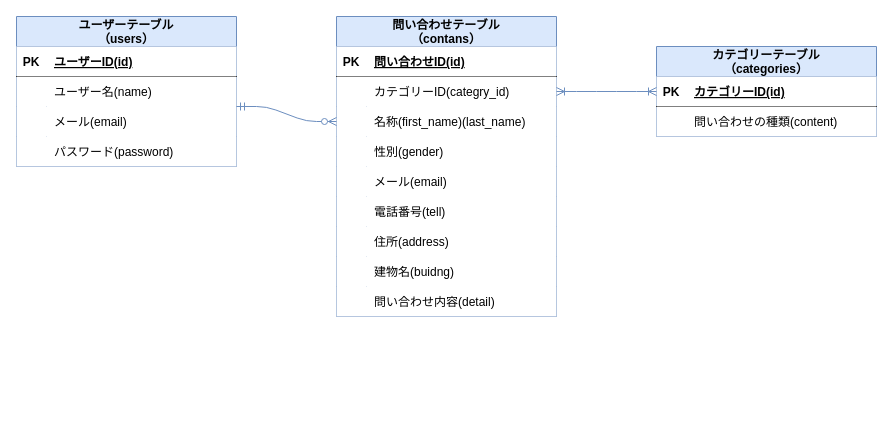
This is contact-form.drawio from risamatsumoto1104/contact-form1, a draw.io file, before an edit. Source tidied: cells renumbered, new cells numbered last; positions are measured from the earlier drawing's top-left corner, leaving out a move shared by most shapes. Both pictures are drawn from the tidied source at 100%, with x=0, y=0 at pixel (-3, 16).
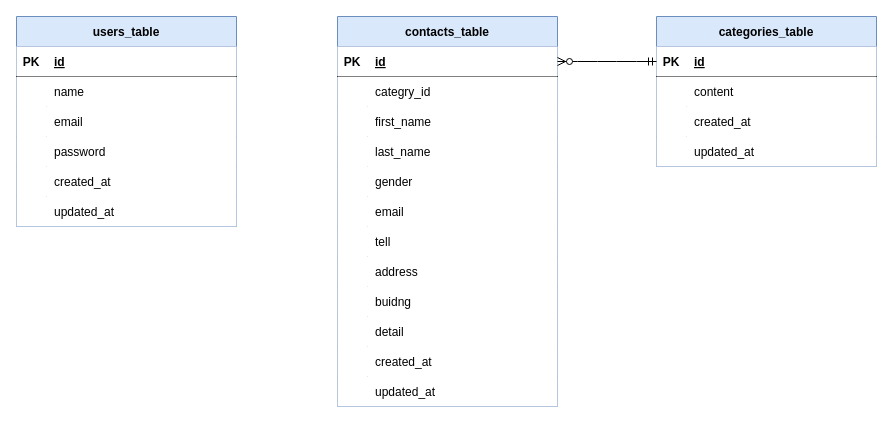
After the change.

Unchanged cells that the change refers to:
```xml
<mxCell id="3" style="shape=tableRow;horizontal=0;startSize=0;swimlaneHead=0;swimlaneBody=0;points=[[0,0.5],[1,0.5]];portConstraint=eastwest;top=0;left=0;right=0;bottom=1;" parent="2" vertex="1">
  <mxGeometry y="30" width="220" height="30" as="geometry" />
</mxCell>
<mxCell id="6" style="shape=tableRow;horizontal=0;startSize=0;swimlaneHead=0;swimlaneBody=0;points=[[0,0.5],[1,0.5]];portConstraint=eastwest;top=0;left=0;right=0;bottom=0;" parent="2" vertex="1">
  <mxGeometry y="60" width="220" height="30" as="geometry" />
</mxCell>
<mxCell id="9" style="shape=tableRow;horizontal=0;startSize=0;swimlaneHead=0;swimlaneBody=0;points=[[0,0.5],[1,0.5]];portConstraint=eastwest;top=0;left=0;right=0;bottom=0;" parent="2" vertex="1">
  <mxGeometry y="90" width="220" height="30" as="geometry" />
</mxCell>
<mxCell id="31" style="shape=tableRow;horizontal=0;startSize=0;swimlaneHead=0;swimlaneBody=0;points=[[0,0.5],[1,0.5]];portConstraint=eastwest;top=0;left=0;right=0;bottom=1;" parent="30" vertex="1">
  <mxGeometry y="30" width="220" height="30" as="geometry" />
</mxCell>
<mxCell id="34" style="shape=tableRow;horizontal=0;startSize=0;swimlaneHead=0;swimlaneBody=0;top=0;left=0;right=0;bottom=0;" parent="30" vertex="1">
  <mxGeometry y="60" width="220" height="30" as="geometry" />
</mxCell>
<mxCell id="38" style="shape=tableRow;horizontal=0;startSize=0;swimlaneHead=0;swimlaneBody=0;top=0;left=0;right=0;bottom=1;strokeWidth=1;" parent="37" vertex="1">
  <mxGeometry y="30" width="220" height="30" as="geometry" />
</mxCell>
<mxCell id="41" style="shape=tableRow;horizontal=0;startSize=0;swimlaneHead=0;swimlaneBody=0;points=[[0,0.5],[1,0.5]];portConstraint=eastwest;top=0;left=0;right=0;bottom=0;strokeWidth=1;" parent="37" vertex="1">
  <mxGeometry y="60" width="220" height="30" as="geometry" />
</mxCell>
<mxCell id="44" style="shape=tableRow;horizontal=0;startSize=0;swimlaneHead=0;swimlaneBody=0;top=0;left=0;right=0;bottom=0;" parent="37" vertex="1">
  <mxGeometry y="90" width="220" height="30" as="geometry" />
</mxCell>
<mxCell id="47" style="shape=tableRow;horizontal=0;startSize=0;swimlaneHead=0;swimlaneBody=0;top=0;left=0;right=0;bottom=0;" parent="37" vertex="1">
  <mxGeometry y="120" width="220" height="30" as="geometry" />
</mxCell>
```

Change to the diagram source:
```diff
@@
-    <mxCell id="2" value="問い合わせテーブル&#10;（contans）" style="shape=table;startSize=30;childLayout=tableLayout;rowLines=0;fontStyle=1;align=center;fillColor=#dae8fc;strokeColor=#6c8ebf;" parent="1" vertex="1">
-      <mxGeometry x="339" width="220" height="300" as="geometry" />
+    <mxCell id="2" value="contacts_table" style="shape=table;startSize=30;childLayout=tableLayout;rowLines=0;fontStyle=1;align=center;fillColor=#dae8fc;strokeColor=#6c8ebf;" parent="1" vertex="1">
+      <mxGeometry x="340" width="220" height="390" as="geometry" />
     </mxCell>
@@
-    <mxCell id="5" value="問い合わせID(id)" style="shape=partialRectangle;fillColor=none;top=0;left=0;bottom=0;right=0;align=left;spacingLeft=6;fontStyle=5;overflow=hidden;" parent="3" vertex="1">
+    <mxCell id="5" value="id" style="shape=partialRectangle;fillColor=none;top=0;left=0;bottom=0;right=0;align=left;spacingLeft=6;fontStyle=5;overflow=hidden;" parent="3" vertex="1">
       <mxGeometry x="30" width="190" height="30" as="geometry" />
     </mxCell>
@@
-    <mxCell id="8" value="カテゴリーID(categry_id)" style="shape=partialRectangle;fillColor=none;top=0;left=0;bottom=0;right=0;align=left;spacingLeft=6;overflow=hidden;" parent="6" vertex="1">
+    <mxCell id="8" value="categry_id" style="shape=partialRectangle;fillColor=none;top=0;left=0;bottom=0;right=0;align=left;spacingLeft=6;overflow=hidden;" parent="6" vertex="1">
       <mxGeometry x="30" width="190" height="30" as="geometry" />
     </mxCell>
@@
-    <mxCell id="11" value="名称(first_name)(last_name)" style="shape=partialRectangle;fillColor=none;top=0;left=0;bottom=0;right=0;align=left;spacingLeft=6;overflow=hidden;" parent="9" vertex="1">
+    <mxCell id="11" value="first_name" style="shape=partialRectangle;fillColor=none;top=0;left=0;bottom=0;right=0;align=left;spacingLeft=6;overflow=hidden;" parent="9" vertex="1">
       <mxGeometry x="30" width="190" height="30" as="geometry" />
     </mxCell>
+    <mxCell id="53" style="shape=tableRow;horizontal=0;startSize=0;swimlaneHead=0;swimlaneBody=0;top=0;left=0;right=0;bottom=0;" parent="2" vertex="1">
+      <mxGeometry y="120" width="220" height="30" as="geometry" />
+    </mxCell>
+    <mxCell id="54" style="shape=partialRectangle;fillColor=none;top=0;left=0;bottom=0;right=0;overflow=hidden;" parent="53" vertex="1">
+      <mxGeometry width="30" height="30" as="geometry" />
+    </mxCell>
+    <mxCell id="55" value="last_name" style="shape=partialRectangle;fillColor=none;top=0;left=0;bottom=0;right=0;align=left;spacingLeft=6;overflow=hidden;" parent="53" vertex="1">
+      <mxGeometry x="30" width="190" height="30" as="geometry" />
+    </mxCell>
     <mxCell id="12" style="shape=tableRow;horizontal=0;startSize=0;swimlaneHead=0;swimlaneBody=0;top=0;left=0;right=0;bottom=0;" parent="2" vertex="1">
-      <mxGeometry y="120" width="220" height="30" as="geometry" />
+      <mxGeometry y="150" width="220" height="30" as="geometry" />
     </mxCell>
@@
-    <mxCell id="14" value="性別(gender)" style="shape=partialRectangle;fillColor=none;top=0;left=0;bottom=0;right=0;align=left;spacingLeft=6;overflow=hidden;" parent="12" vertex="1">
+    <mxCell id="14" value="gender" style="shape=partialRectangle;fillColor=none;top=0;left=0;bottom=0;right=0;align=left;spacingLeft=6;overflow=hidden;" parent="12" vertex="1">
       <mxGeometry x="30" width="190" height="30" as="geometry" />
     </mxCell>
     <mxCell id="15" style="shape=tableRow;horizontal=0;startSize=0;swimlaneHead=0;swimlaneBody=0;top=0;left=0;right=0;bottom=0;" parent="2" vertex="1">
-      <mxGeometry y="150" width="220" height="30" as="geometry" />
+      <mxGeometry y="180" width="220" height="30" as="geometry" />
     </mxCell>
@@
-    <mxCell id="17" value="メール(email)" style="shape=partialRectangle;fillColor=none;top=0;left=0;bottom=0;right=0;align=left;spacingLeft=6;overflow=hidden;" parent="15" vertex="1">
+    <mxCell id="17" value="email" style="shape=partialRectangle;fillColor=none;top=0;left=0;bottom=0;right=0;align=left;spacingLeft=6;overflow=hidden;" parent="15" vertex="1">
       <mxGeometry x="30" width="190" height="30" as="geometry" />
     </mxCell>
     <mxCell id="18" style="shape=tableRow;horizontal=0;startSize=0;swimlaneHead=0;swimlaneBody=0;top=0;left=0;right=0;bottom=0;" parent="2" vertex="1">
-      <mxGeometry y="180" width="220" height="30" as="geometry" />
+      <mxGeometry y="210" width="220" height="30" as="geometry" />
     </mxCell>
@@
-    <mxCell id="20" value="電話番号(tell)" style="shape=partialRectangle;fillColor=none;top=0;left=0;bottom=0;right=0;align=left;spacingLeft=6;overflow=hidden;" parent="18" vertex="1">
+    <mxCell id="20" value="tell" style="shape=partialRectangle;fillColor=none;top=0;left=0;bottom=0;right=0;align=left;spacingLeft=6;overflow=hidden;" parent="18" vertex="1">
       <mxGeometry x="30" width="190" height="30" as="geometry" />
     </mxCell>
     <mxCell id="21" style="shape=tableRow;horizontal=0;startSize=0;swimlaneHead=0;swimlaneBody=0;top=0;left=0;right=0;bottom=0;" parent="2" vertex="1">
-      <mxGeometry y="210" width="220" height="30" as="geometry" />
+      <mxGeometry y="240" width="220" height="30" as="geometry" />
     </mxCell>
@@
-    <mxCell id="23" value="住所(address)" style="shape=partialRectangle;fillColor=none;top=0;left=0;bottom=0;right=0;align=left;spacingLeft=6;overflow=hidden;" parent="21" vertex="1">
+    <mxCell id="23" value="address" style="shape=partialRectangle;fillColor=none;top=0;left=0;bottom=0;right=0;align=left;spacingLeft=6;overflow=hidden;" parent="21" vertex="1">
       <mxGeometry x="30" width="190" height="30" as="geometry" />
     </mxCell>
     <mxCell id="24" style="shape=tableRow;horizontal=0;startSize=0;swimlaneHead=0;swimlaneBody=0;top=0;left=0;right=0;bottom=0;" parent="2" vertex="1">
-      <mxGeometry y="240" width="220" height="30" as="geometry" />
+      <mxGeometry y="270" width="220" height="30" as="geometry" />
     </mxCell>
@@
-    <mxCell id="26" value="建物名(buidng)" style="shape=partialRectangle;fillColor=none;top=0;left=0;bottom=0;right=0;align=left;spacingLeft=6;overflow=hidden;" parent="24" vertex="1">
+    <mxCell id="26" value="buidng" style="shape=partialRectangle;fillColor=none;top=0;left=0;bottom=0;right=0;align=left;spacingLeft=6;overflow=hidden;" parent="24" vertex="1">
       <mxGeometry x="30" width="190" height="30" as="geometry" />
     </mxCell>
     <mxCell id="27" style="shape=tableRow;horizontal=0;startSize=0;swimlaneHead=0;swimlaneBody=0;top=0;left=0;right=0;bottom=0;" parent="2" vertex="1">
-      <mxGeometry y="270" width="220" height="30" as="geometry" />
+      <mxGeometry y="300" width="220" height="30" as="geometry" />
     </mxCell>
@@
-    <mxCell id="29" value="問い合わせ内容(detail)" style="shape=partialRectangle;fillColor=none;top=0;left=0;bottom=0;right=0;align=left;spacingLeft=6;overflow=hidden;" parent="27" vertex="1">
+    <mxCell id="29" value="detail" style="shape=partialRectangle;fillColor=none;top=0;left=0;bottom=0;right=0;align=left;spacingLeft=6;overflow=hidden;" parent="27" vertex="1">
       <mxGeometry x="30" width="190" height="30" as="geometry" />
     </mxCell>
+    <mxCell id="56" style="shape=tableRow;horizontal=0;startSize=0;swimlaneHead=0;swimlaneBody=0;top=0;left=0;right=0;bottom=0;" parent="2" vertex="1">
+      <mxGeometry y="330" width="220" height="30" as="geometry" />
+    </mxCell>
+    <mxCell id="57" style="shape=partialRectangle;fillColor=none;top=0;left=0;bottom=0;right=0;overflow=hidden;" parent="56" vertex="1">
+      <mxGeometry width="30" height="30" as="geometry" />
+    </mxCell>
+    <mxCell id="58" value="created_at" style="shape=partialRectangle;fillColor=none;top=0;left=0;bottom=0;right=0;align=left;spacingLeft=6;overflow=hidden;" parent="56" vertex="1">
+      <mxGeometry x="30" width="190" height="30" as="geometry" />
+    </mxCell>
+    <mxCell id="59" style="shape=tableRow;horizontal=0;startSize=0;swimlaneHead=0;swimlaneBody=0;top=0;left=0;right=0;bottom=0;" parent="2" vertex="1">
+      <mxGeometry y="360" width="220" height="30" as="geometry" />
+    </mxCell>
+    <mxCell id="60" style="shape=partialRectangle;fillColor=none;top=0;left=0;bottom=0;right=0;overflow=hidden;" parent="59" vertex="1">
+      <mxGeometry width="30" height="30" as="geometry" />
+    </mxCell>
+    <mxCell id="61" value="updated_at" style="shape=partialRectangle;fillColor=none;top=0;left=0;bottom=0;right=0;align=left;spacingLeft=6;overflow=hidden;" parent="59" vertex="1">
+      <mxGeometry x="30" width="190" height="30" as="geometry" />
+    </mxCell>
-    <mxCell id="30" value="カテゴリーテーブル&#10;（categories）" style="shape=table;startSize=30;childLayout=tableLayout;rowLines=0;fontStyle=1;align=center;fillColor=#dae8fc;strokeColor=#6c8ebf;" parent="1" vertex="1">
-      <mxGeometry x="659" y="30" width="220" height="90" as="geometry" />
+    <mxCell id="30" value="categories_table" style="shape=table;startSize=30;childLayout=tableLayout;rowLines=0;fontStyle=1;align=center;fillColor=#dae8fc;strokeColor=#6c8ebf;" parent="1" vertex="1">
+      <mxGeometry x="659" width="220" height="150" as="geometry" />
     </mxCell>
@@
-    <mxCell id="33" value="カテゴリーID(id)" style="shape=partialRectangle;fillColor=none;top=0;left=0;bottom=0;right=0;align=left;spacingLeft=6;fontStyle=5;overflow=hidden;" parent="31" vertex="1">
+    <mxCell id="33" value="id" style="shape=partialRectangle;fillColor=none;top=0;left=0;bottom=0;right=0;align=left;spacingLeft=6;fontStyle=5;overflow=hidden;" parent="31" vertex="1">
       <mxGeometry x="30" width="190" height="30" as="geometry" />
     </mxCell>
@@
-    <mxCell id="36" value="問い合わせの種類(content)" style="shape=partialRectangle;fillColor=none;top=0;left=0;bottom=0;right=0;align=left;spacingLeft=6;overflow=hidden;" parent="34" vertex="1">
+    <mxCell id="36" value="content" style="shape=partialRectangle;fillColor=none;top=0;left=0;bottom=0;right=0;align=left;spacingLeft=6;overflow=hidden;" parent="34" vertex="1">
       <mxGeometry x="30" width="190" height="30" as="geometry" />
     </mxCell>
+    <mxCell id="62" style="shape=tableRow;horizontal=0;startSize=0;swimlaneHead=0;swimlaneBody=0;top=0;left=0;right=0;bottom=0;" parent="30" vertex="1">
+      <mxGeometry y="90" width="220" height="30" as="geometry" />
+    </mxCell>
+    <mxCell id="63" style="shape=partialRectangle;fillColor=none;top=0;left=0;bottom=0;right=0;overflow=hidden;" parent="62" vertex="1">
+      <mxGeometry width="30" height="30" as="geometry" />
+    </mxCell>
+    <mxCell id="64" value="created_at" style="shape=partialRectangle;fillColor=none;top=0;left=0;bottom=0;right=0;align=left;spacingLeft=6;overflow=hidden;" parent="62" vertex="1">
+      <mxGeometry x="30" width="190" height="30" as="geometry" />
+    </mxCell>
+    <mxCell id="65" style="shape=tableRow;horizontal=0;startSize=0;swimlaneHead=0;swimlaneBody=0;top=0;left=0;right=0;bottom=0;" parent="30" vertex="1">
+      <mxGeometry y="120" width="220" height="30" as="geometry" />
+    </mxCell>
+    <mxCell id="66" style="shape=partialRectangle;fillColor=none;top=0;left=0;bottom=0;right=0;overflow=hidden;" parent="65" vertex="1">
+      <mxGeometry width="30" height="30" as="geometry" />
+    </mxCell>
+    <mxCell id="67" value="updated_at" style="shape=partialRectangle;fillColor=none;top=0;left=0;bottom=0;right=0;align=left;spacingLeft=6;overflow=hidden;" parent="65" vertex="1">
+      <mxGeometry x="30" width="190" height="30" as="geometry" />
+    </mxCell>
-    <mxCell id="37" value="ユーザーテーブル&#10;（users）" style="shape=table;startSize=30;childLayout=tableLayout;rowLines=0;fontStyle=1;align=center;fillColor=#dae8fc;strokeColor=#6c8ebf;strokeWidth=1;" parent="1" vertex="1">
-      <mxGeometry x="19" width="220" height="150" as="geometry" />
+    <mxCell id="37" value="users_table" style="shape=table;startSize=30;childLayout=tableLayout;rowLines=0;fontStyle=1;align=center;fillColor=#dae8fc;strokeColor=#6c8ebf;strokeWidth=1;" parent="1" vertex="1">
+      <mxGeometry x="19" width="220" height="210" as="geometry" />
     </mxCell>
@@
-    <mxCell id="40" value="ユーザーID(id)" style="shape=partialRectangle;fillColor=none;top=0;left=0;bottom=0;right=0;align=left;spacingLeft=6;fontStyle=5;overflow=hidden;" parent="38" vertex="1">
+    <mxCell id="40" value="id" style="shape=partialRectangle;fillColor=none;top=0;left=0;bottom=0;right=0;align=left;spacingLeft=6;fontStyle=5;overflow=hidden;" parent="38" vertex="1">
       <mxGeometry x="30" width="190" height="30" as="geometry" />
     </mxCell>
@@
-    <mxCell id="43" value="ユーザー名(name)" style="shape=partialRectangle;fillColor=none;top=0;left=0;bottom=0;right=0;align=left;spacingLeft=6;overflow=hidden;" parent="41" vertex="1">
+    <mxCell id="43" value="name" style="shape=partialRectangle;fillColor=none;top=0;left=0;bottom=0;right=0;align=left;spacingLeft=6;overflow=hidden;" parent="41" vertex="1">
       <mxGeometry x="30" width="190" height="30" as="geometry" />
     </mxCell>
@@
-    <mxCell id="46" value="メール(email)" style="shape=partialRectangle;fillColor=none;top=0;left=0;bottom=0;right=0;align=left;spacingLeft=6;overflow=hidden;" parent="44" vertex="1">
+    <mxCell id="46" value="email" style="shape=partialRectangle;fillColor=none;top=0;left=0;bottom=0;right=0;align=left;spacingLeft=6;overflow=hidden;" parent="44" vertex="1">
       <mxGeometry x="30" width="190" height="30" as="geometry" />
     </mxCell>
@@
-    <mxCell id="49" value="パスワード(password)" style="shape=partialRectangle;fillColor=none;top=0;left=0;bottom=0;right=0;align=left;spacingLeft=6;overflow=hidden;" parent="47" vertex="1">
+    <mxCell id="49" value="password" style="shape=partialRectangle;fillColor=none;top=0;left=0;bottom=0;right=0;align=left;spacingLeft=6;overflow=hidden;" parent="47" vertex="1">
       <mxGeometry x="30" width="190" height="30" as="geometry" />
     </mxCell>
+    <mxCell id="68" style="shape=tableRow;horizontal=0;startSize=0;swimlaneHead=0;swimlaneBody=0;top=0;left=0;right=0;bottom=0;" parent="37" vertex="1">
+      <mxGeometry y="150" width="220" height="30" as="geometry" />
+    </mxCell>
+    <mxCell id="69" style="shape=partialRectangle;fillColor=none;top=0;left=0;bottom=0;right=0;overflow=hidden;" parent="68" vertex="1">
+      <mxGeometry width="30" height="30" as="geometry" />
+    </mxCell>
+    <mxCell id="70" value="created_at" style="shape=partialRectangle;fillColor=none;top=0;left=0;bottom=0;right=0;align=left;spacingLeft=6;overflow=hidden;" parent="68" vertex="1">
+      <mxGeometry x="30" width="190" height="30" as="geometry" />
+    </mxCell>
+    <mxCell id="71" style="shape=tableRow;horizontal=0;startSize=0;swimlaneHead=0;swimlaneBody=0;top=0;left=0;right=0;bottom=0;" parent="37" vertex="1">
+      <mxGeometry y="180" width="220" height="30" as="geometry" />
+    </mxCell>
+    <mxCell id="72" style="shape=partialRectangle;fillColor=none;top=0;left=0;bottom=0;right=0;overflow=hidden;" parent="71" vertex="1">
+      <mxGeometry width="30" height="30" as="geometry" />
+    </mxCell>
+    <mxCell id="73" value="updated_at" style="shape=partialRectangle;fillColor=none;top=0;left=0;bottom=0;right=0;align=left;spacingLeft=6;overflow=hidden;" parent="71" vertex="1">
+      <mxGeometry x="30" width="190" height="30" as="geometry" />
+    </mxCell>
@@
-    <mxCell id="51" style="edgeStyle=entityRelationEdgeStyle;fontSize=12;html=1;endArrow=ERzeroToMany;startArrow=ERmandOne;exitX=1;exitY=1;exitDx=0;exitDy=0;strokeColor=#6c8ebf;fillColor=#dae8fc;strokeWidth=1;entryX=0;entryY=0.5;entryDx=0;entryDy=0;exitPerimeter=0;" parent="1" edge="1" source="41" target="9">
-      <mxGeometry relative="1" as="geometry" />
-    </mxCell>
-    <mxCell id="52" style="edgeStyle=entityRelationEdgeStyle;fontSize=12;html=1;endArrow=ERoneToMany;startArrow=ERoneToMany;entryX=0;entryY=0.5;entryDx=0;entryDy=0;exitX=1;exitY=0.5;exitDx=0;exitDy=0;strokeColor=#6c8ebf;fillColor=#dae8fc;strokeWidth=1;" parent="1" edge="1" source="6" target="31">
-      <mxGeometry relative="1" as="geometry" />
-    </mxCell>
+    <mxCell id="74" style="edgeStyle=entityRelationEdgeStyle;fontSize=12;html=1;endArrow=ERzeroToMany;startArrow=ERmandOne;exitX=0;exitY=0.5;exitDx=0;exitDy=0;entryX=1;entryY=0.5;entryDx=0;entryDy=0;" parent="1" edge="1" source="31" target="3">
+      <mxGeometry relative="1" as="geometry" />
+    </mxCell>
```
